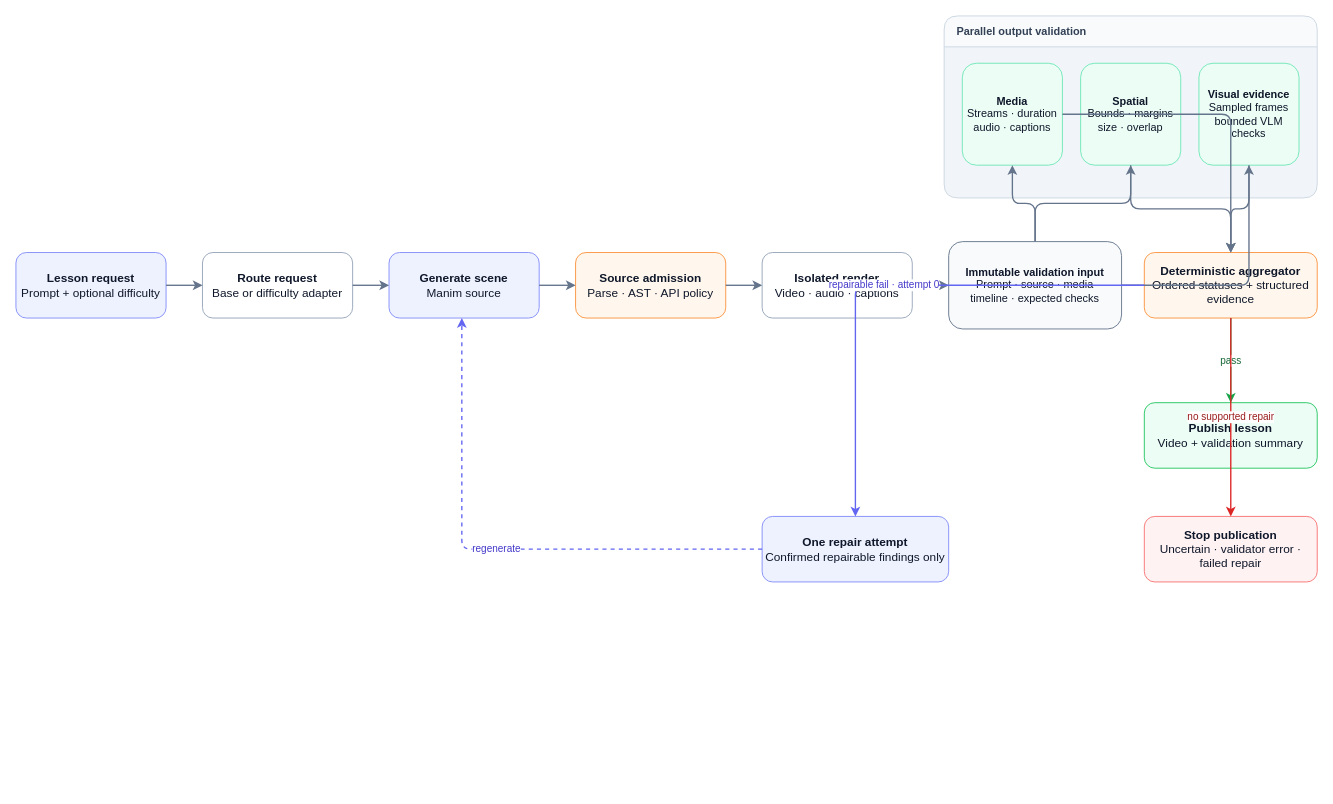
This is assets/math-tutor-system.drawio from splion-360/math-tutor, a draw.io file, before an edit. Source tidied: cells renumbered, new cells numbered last; positions are measured from the earlier drawing's top-left corner, leaving out a move shared by most shapes. Both pictures are drawn from the tidied source at 91%, with x=0, y=0 at pixel (15, 15).
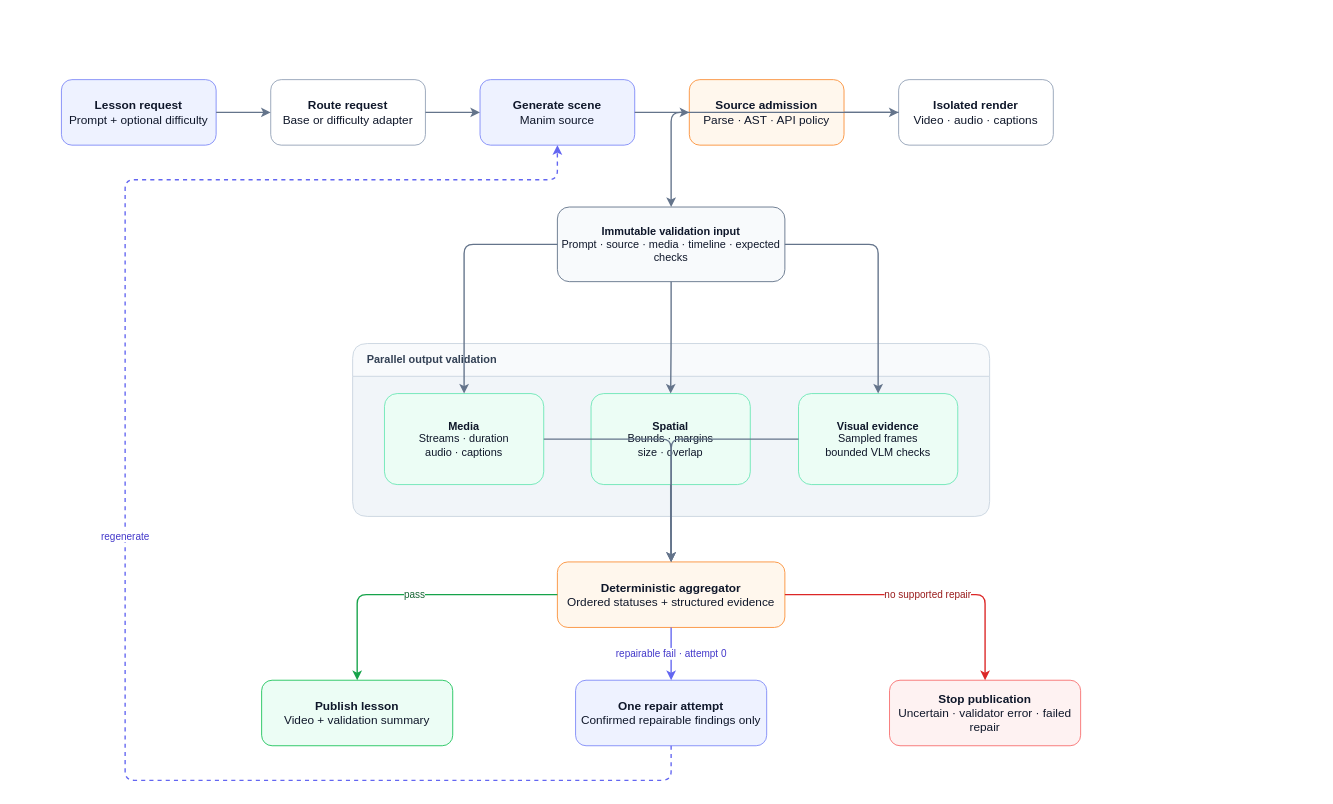
After the change.

Diff of the diagram source:
```diff
@@
     <mxCell id="2" value="&lt;b&gt;Lesson request&lt;/b&gt;&lt;br&gt;Prompt + optional difficulty" style="rounded=1;arcSize=16;whiteSpace=wrap;html=1;fillColor=#eef2ff;strokeColor=#818cf8;fontColor=#0f172a;fontSize=13;" parent="1" vertex="1">
-      <mxGeometry y="260" width="165" height="72" as="geometry" />
+      <mxGeometry x="50" y="70" width="170" height="72" as="geometry" />
     </mxCell>
     <mxCell id="3" value="&lt;b&gt;Route request&lt;/b&gt;&lt;br&gt;Base or difficulty adapter" style="rounded=1;arcSize=16;whiteSpace=wrap;html=1;fillColor=#ffffff;strokeColor=#94a3b8;fontColor=#0f172a;fontSize=13;" parent="1" vertex="1">
-      <mxGeometry x="205" y="260" width="165" height="72" as="geometry" />
+      <mxGeometry x="280" y="70" width="170" height="72" as="geometry" />
     </mxCell>
     <mxCell id="4" value="&lt;b&gt;Generate scene&lt;/b&gt;&lt;br&gt;Manim source" style="rounded=1;arcSize=16;whiteSpace=wrap;html=1;fillColor=#eef2ff;strokeColor=#818cf8;fontColor=#0f172a;fontSize=13;" parent="1" vertex="1">
-      <mxGeometry x="410" y="260" width="165" height="72" as="geometry" />
+      <mxGeometry x="510" y="70" width="170" height="72" as="geometry" />
     </mxCell>
     <mxCell id="5" value="&lt;b&gt;Source admission&lt;/b&gt;&lt;br&gt;Parse · AST · API policy" style="rounded=1;arcSize=16;whiteSpace=wrap;html=1;fillColor=#fff7ed;strokeColor=#fb923c;fontColor=#0f172a;fontSize=13;" parent="1" vertex="1">
-      <mxGeometry x="615" y="260" width="165" height="72" as="geometry" />
+      <mxGeometry x="740" y="70" width="170" height="72" as="geometry" />
     </mxCell>
     <mxCell id="6" value="&lt;b&gt;Isolated render&lt;/b&gt;&lt;br&gt;Video · audio · captions" style="rounded=1;arcSize=16;whiteSpace=wrap;html=1;fillColor=#ffffff;strokeColor=#94a3b8;fontColor=#0f172a;fontSize=13;" parent="1" vertex="1">
-      <mxGeometry x="820" y="260" width="165" height="72" as="geometry" />
+      <mxGeometry x="970" y="70" width="170" height="72" as="geometry" />
     </mxCell>
-    <mxCell id="7" value="&lt;b&gt;Immutable validation input&lt;/b&gt;&lt;br&gt;Prompt · source · media&lt;br&gt;timeline · expected checks" style="rounded=1;arcSize=16;whiteSpace=wrap;html=1;fillColor=#f8fafc;strokeColor=#64748b;fontColor=#0f172a;fontSize=12;" parent="1" vertex="1">
-      <mxGeometry x="1025" y="248" width="190" height="96" as="geometry" />
+    <mxCell id="7" value="&lt;b&gt;Immutable validation input&lt;/b&gt;&lt;br&gt;Prompt · source · media · timeline · expected checks" style="rounded=1;arcSize=16;whiteSpace=wrap;html=1;fillColor=#f8fafc;strokeColor=#64748b;fontColor=#0f172a;fontSize=12;" parent="1" vertex="1">
+      <mxGeometry x="595" y="210" width="250" height="82" as="geometry" />
     </mxCell>
-    <mxCell id="8" value="Parallel output validation" style="swimlane;startSize=34;rounded=1;html=1;fillColor=#f8fafc;swimlaneFillColor=#f1f5f9;strokeColor=#cbd5e1;fontColor=#334155;fontSize=12;align=left;spacingLeft=12;" parent="1" vertex="1">
-      <mxGeometry x="1020" width="410" height="200" as="geometry" />
+    <mxCell id="8" value="Parallel output validation" style="swimlane;startSize=36;rounded=1;html=1;fillColor=#f8fafc;swimlaneFillColor=#f1f5f9;strokeColor=#cbd5e1;fontColor=#334155;fontSize=12;align=left;spacingLeft=14;" parent="1" vertex="1">
+      <mxGeometry x="370" y="360" width="700" height="190" as="geometry" />
     </mxCell>
     <mxCell id="9" value="&lt;b&gt;Media&lt;/b&gt;&lt;br&gt;Streams · duration&lt;br&gt;audio · captions" style="rounded=1;arcSize=14;whiteSpace=wrap;html=1;fillColor=#ecfdf5;strokeColor=#6ee7b7;fontColor=#0f172a;fontSize=12;" parent="8" vertex="1">
-      <mxGeometry x="20" y="52" width="110" height="112" as="geometry" />
+      <mxGeometry x="35" y="55" width="175" height="100" as="geometry" />
     </mxCell>
     <mxCell id="10" value="&lt;b&gt;Spatial&lt;/b&gt;&lt;br&gt;Bounds · margins&lt;br&gt;size · overlap" style="rounded=1;arcSize=14;whiteSpace=wrap;html=1;fillColor=#ecfdf5;strokeColor=#6ee7b7;fontColor=#0f172a;fontSize=12;" parent="8" vertex="1">
-      <mxGeometry x="150" y="52" width="110" height="112" as="geometry" />
+      <mxGeometry x="262" y="55" width="175" height="100" as="geometry" />
     </mxCell>
     <mxCell id="11" value="&lt;b&gt;Visual evidence&lt;/b&gt;&lt;br&gt;Sampled frames&lt;br&gt;bounded VLM checks" style="rounded=1;arcSize=14;whiteSpace=wrap;html=1;fillColor=#ecfdf5;strokeColor=#6ee7b7;fontColor=#0f172a;fontSize=12;" parent="8" vertex="1">
-      <mxGeometry x="280" y="52" width="110" height="112" as="geometry" />
+      <mxGeometry x="490" y="55" width="175" height="100" as="geometry" />
     </mxCell>
     <mxCell id="12" value="&lt;b&gt;Deterministic aggregator&lt;/b&gt;&lt;br&gt;Ordered statuses + structured evidence" style="rounded=1;arcSize=16;whiteSpace=wrap;html=1;fillColor=#fff7ed;strokeColor=#fb923c;fontColor=#0f172a;fontSize=13;" parent="1" vertex="1">
-      <mxGeometry x="1240" y="260" width="190" height="72" as="geometry" />
+      <mxGeometry x="595" y="600" width="250" height="72" as="geometry" />
     </mxCell>
     <mxCell id="13" value="&lt;b&gt;Publish lesson&lt;/b&gt;&lt;br&gt;Video + validation summary" style="rounded=1;arcSize=16;whiteSpace=wrap;html=1;fillColor=#ecfdf5;strokeColor=#22c55e;fontColor=#0f172a;fontSize=13;" parent="1" vertex="1">
-      <mxGeometry x="1240" y="425" width="190" height="72" as="geometry" />
+      <mxGeometry x="270" y="730" width="210" height="72" as="geometry" />
     </mxCell>
     <mxCell id="14" value="&lt;b&gt;One repair attempt&lt;/b&gt;&lt;br&gt;Confirmed repairable findings only" style="rounded=1;arcSize=16;whiteSpace=wrap;html=1;fillColor=#eef2ff;strokeColor=#818cf8;fontColor=#0f172a;fontSize=13;" parent="1" vertex="1">
-      <mxGeometry x="820" y="550" width="205" height="72" as="geometry" />
+      <mxGeometry x="615" y="730" width="210" height="72" as="geometry" />
     </mxCell>
     <mxCell id="15" value="&lt;b&gt;Stop publication&lt;/b&gt;&lt;br&gt;Uncertain · validator error · failed repair" style="rounded=1;arcSize=16;whiteSpace=wrap;html=1;fillColor=#fef2f2;strokeColor=#f87171;fontColor=#0f172a;fontSize=13;" parent="1" vertex="1">
-      <mxGeometry x="1240" y="550" width="190" height="72" as="geometry" />
+      <mxGeometry x="960" y="730" width="210" height="72" as="geometry" />
     </mxCell>
@@
     <mxCell id="29" value="regenerate" style="edgeStyle=orthogonalEdgeStyle;rounded=1;html=1;dashed=1;strokeColor=#6366f1;fontColor=#4338ca;strokeWidth=1.5;endArrow=classic;" parent="1" edge="1" source="14" target="4">
       <mxGeometry relative="1" as="geometry">
         <Array as="points">
-          <mxPoint x="490" y="586" />
+          <mxPoint x="120" y="840" />
+          <mxPoint x="120" y="180" />
+          <mxPoint x="595" y="180" />
         </Array>
       </mxGeometry>
     </mxCell>
```
